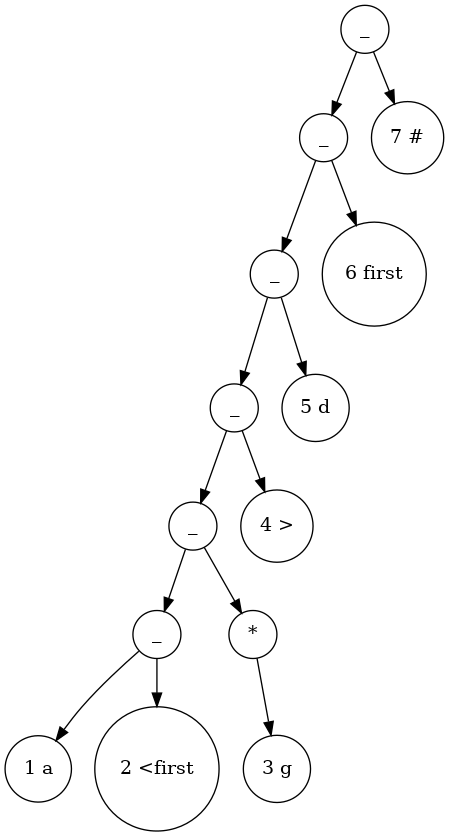
The Graphviz diagram tree_output/tree_output.png in x6x4/lab2aaaaaaaaaaa, before a commit. Its source is kept beside it as tree_output/tree_output.dot.
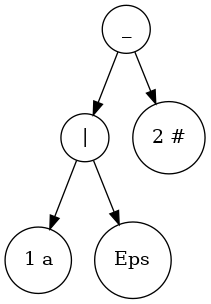
Above is the later version.

Change to the diagram source:
```diff
@@ -1,30 +1,12 @@
 digraph Tree {
 node [shape=circle];
-94276402020720 [label="_"];
-94276402020720 -> 94276402020336;
-94276402020336 [label="_"];
-94276402020336 -> 94276402019952;
-94276402019952 [label="_"];
-94276402019952 -> 94276402019568;
-94276402019568 [label="_"];
-94276402019568 -> 94276402019184;
-94276402019184 [label="_"];
-94276402019184 -> 94276402018704;
-94276402018704 [label="_"];
-94276402018704 -> 94276402018080;
-94276402018080 [label="1 a"];
-94276402018704 -> 94276402018416;
-94276402018416 [label="2 <first"];
-94276402019184 -> 94276402019088;
-94276402019088 [label="*"];
-94276402019088 -> 94276402018800;
-94276402018800 [label="3 g"];
-94276402019568 -> 94276402019280;
-94276402019280 [label="4 >"];
-94276402019952 -> 94276402019664;
-94276402019664 [label="5 d"];
-94276402020336 -> 94276402020048;
-94276402020048 [label="6 first"];
-94276402020720 -> 94276402020432;
-94276402020432 [label="7 #"];
+94400175187072 [label="_"];
+94400175187072 -> 94400175186688;
+94400175186688 [label="|"];
+94400175186688 -> 94400175186256;
+94400175186256 [label="1 a"];
+94400175186688 -> 94400175186592;
+94400175186592 [label="Eps"];
+94400175187072 -> 94400175186784;
+94400175186784 [label="2 #"];
 }
```
